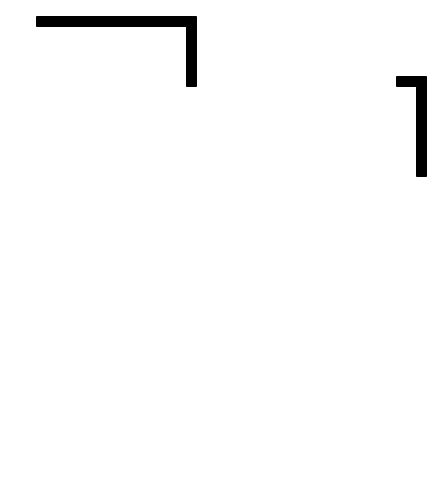
Above: 户型.drawio in HaroldCC/dotfiles (draw.io), before the change. Source tidied: cells renumbered, new cells numbered last; positions are measured from the earlier drawing's top-left corner, leaving out a move shared by most shapes. Both pictures are drawn from the tidied source at 100%, with x=0, y=0 at pixel (36, 16).
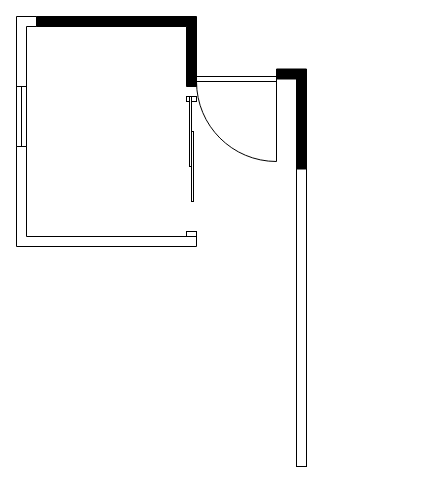
Above is the later version.

What changed in the source:
```diff
@@
 <mxGraphModel>
   <root>
     <mxCell id="0" />
     <mxCell id="1" parent="0" />
     <mxCell id="2" style="verticalLabelPosition=bottom;html=1;verticalAlign=top;align=center;shape=mxgraph.floorplan.wallCorner;fillColor=strokeColor;direction=south;" parent="1" vertex="1">
       <mxGeometry width="160" height="70" as="geometry" />
     </mxCell>
     <mxCell id="3" style="verticalLabelPosition=bottom;html=1;verticalAlign=top;align=center;shape=mxgraph.floorplan.wallCorner;fillColor=strokeColor;direction=south;" parent="1" vertex="1">
-      <mxGeometry x="360" y="60" width="30" height="100" as="geometry" />
+      <mxGeometry x="240" y="52.5" width="30" height="100" as="geometry" />
     </mxCell>
+    <mxCell id="4" style="verticalLabelPosition=bottom;html=1;verticalAlign=top;align=center;shape=mxgraph.floorplan.doorLeft;flipH=1;" parent="1" vertex="1">
+      <mxGeometry x="160" y="60" width="80" height="85" as="geometry" />
+    </mxCell>
+    <mxCell id="5" style="verticalLabelPosition=bottom;html=1;verticalAlign=top;align=center;shape=mxgraph.floorplan.wall;direction=south;" parent="1" vertex="1">
+      <mxGeometry x="260" y="152.5" width="10" height="297.5" as="geometry" />
+    </mxCell>
+    <mxCell id="6" style="verticalLabelPosition=bottom;html=1;verticalAlign=top;align=center;shape=mxgraph.floorplan.wallCorner;" parent="1" vertex="1">
+      <mxGeometry x="-20" width="20" height="70" as="geometry" />
+    </mxCell>
+    <mxCell id="7" style="verticalLabelPosition=bottom;html=1;verticalAlign=top;align=center;shape=mxgraph.floorplan.window;direction=south;" parent="1" vertex="1">
+      <mxGeometry x="-20" y="70" width="10" height="60" as="geometry" />
+    </mxCell>
+    <mxCell id="8" style="verticalLabelPosition=bottom;html=1;verticalAlign=top;align=center;shape=mxgraph.floorplan.wallCorner;direction=north;" parent="1" vertex="1">
+      <mxGeometry x="-20" y="130" width="180" height="100" as="geometry" />
+    </mxCell>
+    <mxCell id="9" style="verticalLabelPosition=bottom;html=1;verticalAlign=top;align=center;shape=mxgraph.floorplan.doorSlidingGlass;dx=0.25;direction=south;" parent="1" vertex="1">
+      <mxGeometry x="150" y="80" width="10" height="140" as="geometry" />
+    </mxCell>
   </root>
 </mxGraphModel>
```
